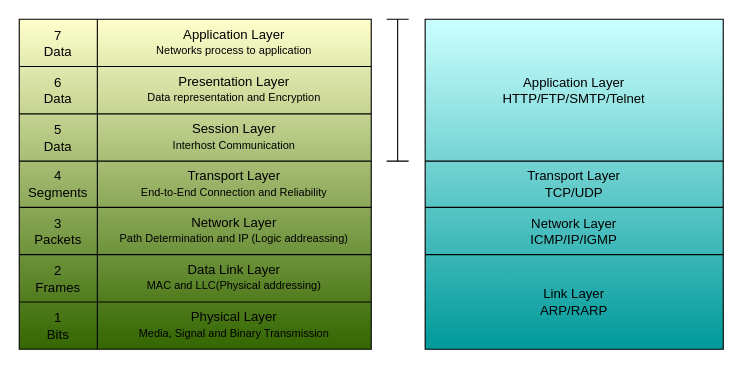
YZchen3467/drawio keeps this draw.io diagram as Ethernet/OSI_7_layer.drawio. Above is the earlier version. Source tidied: cells renumbered, new cells numbered last; positions are measured from the earlier drawing's top-left corner, leaving out a move shared by most shapes. Both pictures are drawn from the tidied source at 110%, with x=0, y=0 at pixel (19, 19).
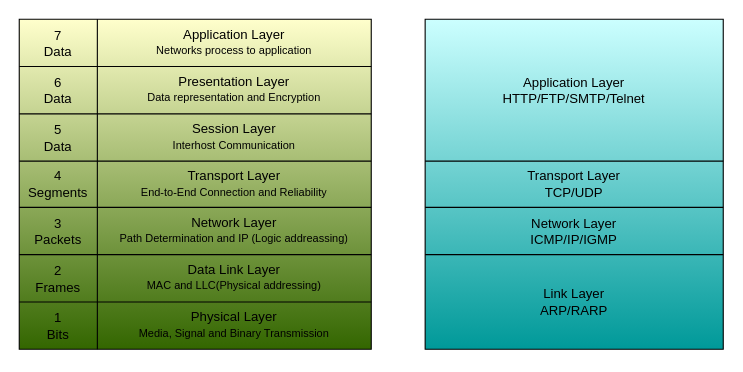
The same page after the edit.

What changed in the source:
```diff
@@
-    <mxCell id="24" style="shape=crossbar;whiteSpace=wrap;html=1;rounded=1;direction=south;shadow=0;fillStyle=auto;strokeColor=#000000;strokeWidth=1;fontSize=10;fillColor=#994C00;gradientColor=#663300;gradientDirection=south;" parent="1" vertex="1">
-      <mxGeometry x="334" width="20" height="129" as="geometry" />
-    </mxCell>
```
